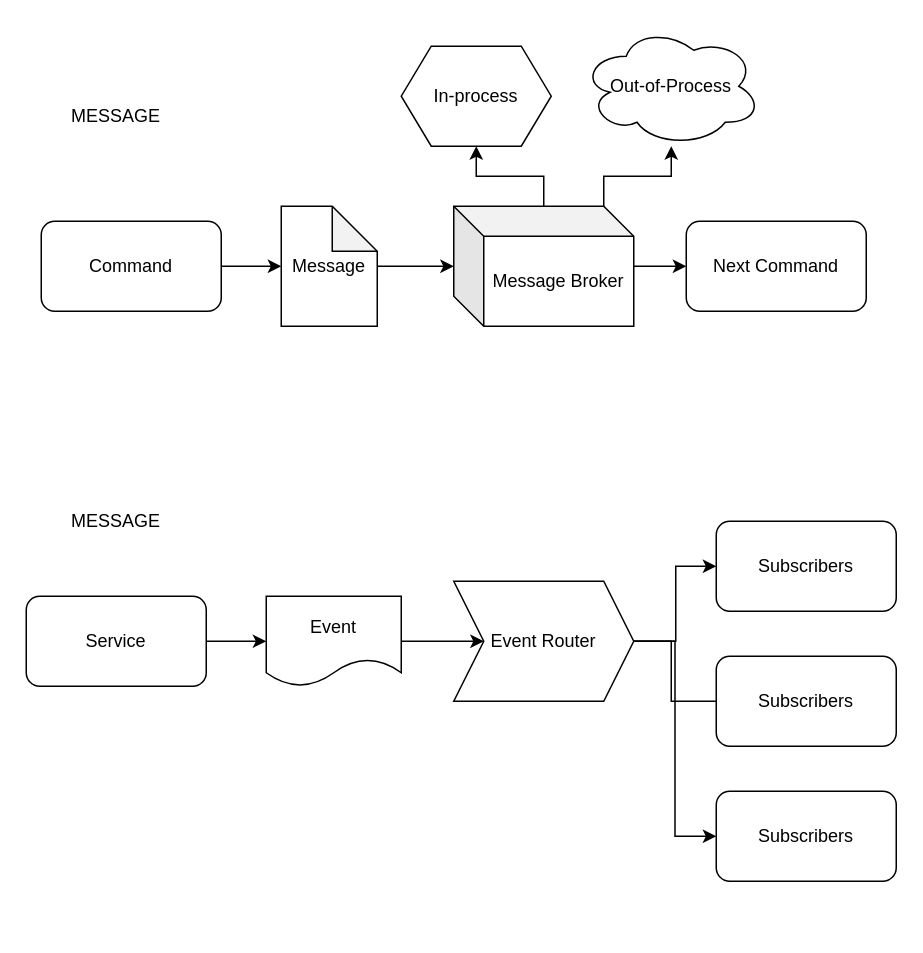
This is page "Event/Message" (4 of 6) of cloudskwela2021/drawings.drawio from marilag/talks, a draw.io file, before an edit. Source tidied: cells renumbered, new cells numbered last; positions are measured from the earlier drawing's top-left corner, leaving out a move shared by most shapes. Both pictures are drawn from the tidied source at 150%, with x=0, y=0 at pixel (26, 26).
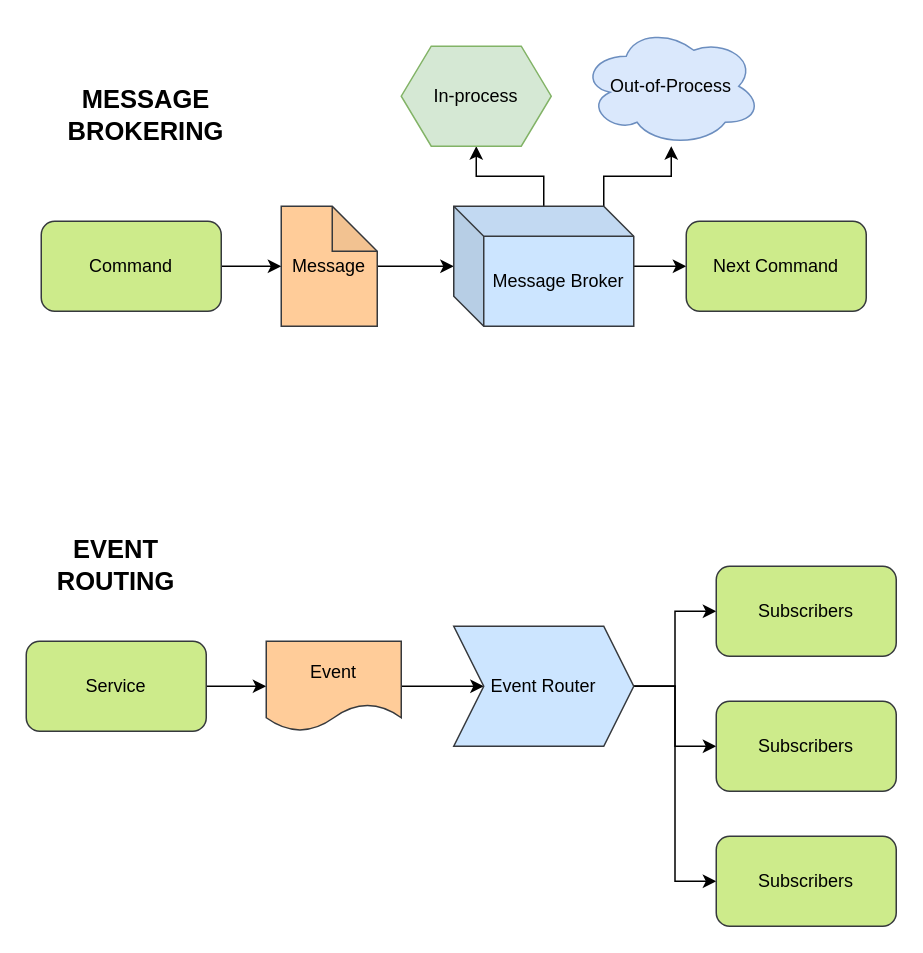
The same diagram, later.

Change to the diagram source:
```diff
@@
-    <mxCell id="3" value="Message" style="shape=note;whiteSpace=wrap;html=1;backgroundOutline=1;darkOpacity=0.05;" parent="1" vertex="1">
+    <mxCell id="3" value="Message" style="shape=note;whiteSpace=wrap;html=1;backgroundOutline=1;darkOpacity=0.05;fillColor=#ffcc99;strokeColor=#36393d;" parent="1" vertex="1">
       <mxGeometry x="170" y="120" width="64" height="80" as="geometry" />
     </mxCell>
@@
-    <mxCell id="5" value="Command" style="rounded=1;whiteSpace=wrap;html=1;" parent="1" vertex="1">
+    <mxCell id="5" value="Command" style="rounded=1;whiteSpace=wrap;html=1;fillColor=#cdeb8b;strokeColor=#36393d;" parent="1" vertex="1">
       <mxGeometry x="10" y="130" width="120" height="60" as="geometry" />
     </mxCell>
@@
-    <mxCell id="9" value="Message Broker" style="shape=cube;whiteSpace=wrap;html=1;boundedLbl=1;backgroundOutline=1;darkOpacity=0.05;darkOpacity2=0.1;" parent="1" vertex="1">
+    <mxCell id="9" value="Message Broker" style="shape=cube;whiteSpace=wrap;html=1;boundedLbl=1;backgroundOutline=1;darkOpacity=0.05;darkOpacity2=0.1;fillColor=#cce5ff;strokeColor=#36393d;" parent="1" vertex="1">
       <mxGeometry x="285" y="120" width="120" height="80" as="geometry" />
     </mxCell>
-    <mxCell id="10" value="Next Command" style="rounded=1;whiteSpace=wrap;html=1;" parent="1" vertex="1">
+    <mxCell id="10" value="Next Command" style="rounded=1;whiteSpace=wrap;html=1;fillColor=#cdeb8b;strokeColor=#36393d;" parent="1" vertex="1">
       <mxGeometry x="440" y="130" width="120" height="60" as="geometry" />
     </mxCell>
-    <mxCell id="11" value="Out-of-Process" style="ellipse;shape=cloud;whiteSpace=wrap;html=1;" parent="1" vertex="1">
+    <mxCell id="11" value="Out-of-Process" style="ellipse;shape=cloud;whiteSpace=wrap;html=1;fillColor=#dae8fc;strokeColor=#6c8ebf;" parent="1" vertex="1">
       <mxGeometry x="370" width="120" height="80" as="geometry" />
     </mxCell>
-    <mxCell id="12" value="In-process" style="shape=hexagon;perimeter=hexagonPerimeter2;whiteSpace=wrap;html=1;fixedSize=1;" parent="1" vertex="1">
+    <mxCell id="12" value="In-process" style="shape=hexagon;perimeter=hexagonPerimeter2;whiteSpace=wrap;html=1;fixedSize=1;fillColor=#d5e8d4;strokeColor=#82b366;" parent="1" vertex="1">
       <mxGeometry x="250" y="13.3" width="100" height="66.7" as="geometry" />
     </mxCell>
@@
-    <mxCell id="14" value="Service" style="rounded=1;whiteSpace=wrap;html=1;" parent="1" vertex="1">
-      <mxGeometry y="380" width="120" height="60" as="geometry" />
+    <mxCell id="14" value="Service" style="rounded=1;whiteSpace=wrap;html=1;fillColor=#cdeb8b;strokeColor=#36393d;" parent="1" vertex="1">
+      <mxGeometry y="410" width="120" height="60" as="geometry" />
     </mxCell>
@@
-    <mxCell id="16" value="Event" style="shape=document;whiteSpace=wrap;html=1;boundedLbl=1;rounded=1;" parent="1" vertex="1">
-      <mxGeometry x="160" y="380" width="90" height="60" as="geometry" />
+    <mxCell id="16" value="Event" style="shape=document;whiteSpace=wrap;html=1;boundedLbl=1;rounded=1;fillColor=#ffcc99;strokeColor=#36393d;" parent="1" vertex="1">
+      <mxGeometry x="160" y="410" width="90" height="60" as="geometry" />
     </mxCell>
-    <mxCell id="17" style="edgeStyle=orthogonalEdgeStyle;rounded=0;jettySize=auto;html=1;" parent="1" edge="1" source="20" target="21">
-      <mxGeometry relative="1" as="geometry">
-        <Array as="points">
-          <mxPoint x="433" y="410" />
-          <mxPoint x="433" y="360" />
-        </Array>
-      </mxGeometry>
+    <mxCell id="17" style="edgeStyle=orthogonalEdgeStyle;rounded=0;jettySize=auto;html=1;entryX=0;entryY=0.5;entryDx=0;entryDy=0;labelBackgroundColor=none;fontSize=17;verticalAlign=middle;" parent="1" edge="1" source="20" target="21">
+      <mxGeometry relative="1" as="geometry" />
     </mxCell>
-    <mxCell id="18" style="edgeStyle=orthogonalEdgeStyle;rounded=0;jettySize=auto;html=1;" parent="1" edge="1" source="20">
-      <mxGeometry relative="1" as="geometry">
-        <mxPoint x="470" y="450" as="targetPoint" />
-        <Array as="points">
-          <mxPoint x="430" y="410" />
-          <mxPoint x="430" y="450" />
-        </Array>
-      </mxGeometry>
-    </mxCell>
+    <mxCell id="26" style="edgeStyle=orthogonalEdgeStyle;rounded=0;jettySize=auto;html=1;entryX=0;entryY=0.5;entryDx=0;entryDy=0;labelBackgroundColor=none;fontSize=17;verticalAlign=middle;" parent="1" edge="1" source="20" target="22">
+      <mxGeometry relative="1" as="geometry" />
+    </mxCell>
-    <mxCell id="19" style="edgeStyle=orthogonalEdgeStyle;rounded=0;jettySize=auto;html=1;entryX=0;entryY=0.5;entryDx=0;entryDy=0;" parent="1" edge="1" source="20" target="23">
+    <mxCell id="19" style="edgeStyle=orthogonalEdgeStyle;rounded=0;jettySize=auto;html=1;entryX=0;entryY=0.5;entryDx=0;entryDy=0;labelBackgroundColor=none;fontSize=17;verticalAlign=middle;" parent="1" edge="1" source="20" target="23">
       <mxGeometry relative="1" as="geometry" />
     </mxCell>
-    <mxCell id="20" value="Event Router" style="shape=step;perimeter=stepPerimeter;whiteSpace=wrap;html=1;fixedSize=1;" parent="1" vertex="1">
-      <mxGeometry x="285" y="370" width="120" height="80" as="geometry" />
+    <mxCell id="20" value="Event Router" style="shape=step;perimeter=stepPerimeter;whiteSpace=wrap;html=1;fixedSize=1;fillColor=#cce5ff;strokeColor=#36393d;" parent="1" vertex="1">
+      <mxGeometry x="285" y="400" width="120" height="80" as="geometry" />
     </mxCell>
-    <mxCell id="21" value="Subscribers" style="rounded=1;whiteSpace=wrap;html=1;" parent="1" vertex="1">
-      <mxGeometry x="460" y="330" width="120" height="60" as="geometry" />
+    <mxCell id="21" value="Subscribers" style="rounded=1;whiteSpace=wrap;html=1;fillColor=#cdeb8b;strokeColor=#36393d;" parent="1" vertex="1">
+      <mxGeometry x="460" y="360" width="120" height="60" as="geometry" />
     </mxCell>
-    <mxCell id="22" value="Subscribers" style="rounded=1;whiteSpace=wrap;html=1;" parent="1" vertex="1">
-      <mxGeometry x="460" y="420" width="120" height="60" as="geometry" />
+    <mxCell id="22" value="Subscribers" style="rounded=1;whiteSpace=wrap;html=1;fillColor=#cdeb8b;strokeColor=#36393d;" parent="1" vertex="1">
+      <mxGeometry x="460" y="450" width="120" height="60" as="geometry" />
     </mxCell>
-    <mxCell id="23" value="Subscribers" style="rounded=1;whiteSpace=wrap;html=1;" parent="1" vertex="1">
-      <mxGeometry x="460" y="510" width="120" height="60" as="geometry" />
+    <mxCell id="23" value="Subscribers" style="rounded=1;whiteSpace=wrap;html=1;fillColor=#cdeb8b;strokeColor=#36393d;" parent="1" vertex="1">
+      <mxGeometry x="460" y="540" width="120" height="60" as="geometry" />
     </mxCell>
-    <mxCell id="24" value="MESSAGE" style="text;html=1;strokeColor=none;fillColor=none;align=center;verticalAlign=middle;whiteSpace=wrap;rounded=0;" parent="1" vertex="1">
-      <mxGeometry x="20" y="50" width="80" height="20" as="geometry" />
+    <mxCell id="24" value="MESSAGE BROKERING" style="text;html=1;strokeColor=none;fillColor=none;align=center;verticalAlign=middle;whiteSpace=wrap;rounded=0;fontSize=17;fontStyle=1;" parent="1" vertex="1">
+      <mxGeometry x="40" y="50" width="80" height="20" as="geometry" />
     </mxCell>
-    <mxCell id="25" value="MESSAGE" style="text;html=1;strokeColor=none;fillColor=none;align=center;verticalAlign=middle;whiteSpace=wrap;rounded=0;" parent="1" vertex="1">
-      <mxGeometry x="20" y="320" width="80" height="20" as="geometry" />
+    <mxCell id="25" value="EVENT ROUTING" style="text;html=1;strokeColor=none;fillColor=none;align=center;verticalAlign=middle;whiteSpace=wrap;rounded=0;fontStyle=1;fontSize=17;" parent="1" vertex="1">
+      <mxGeometry x="20" y="350" width="80" height="20" as="geometry" />
     </mxCell>
```
